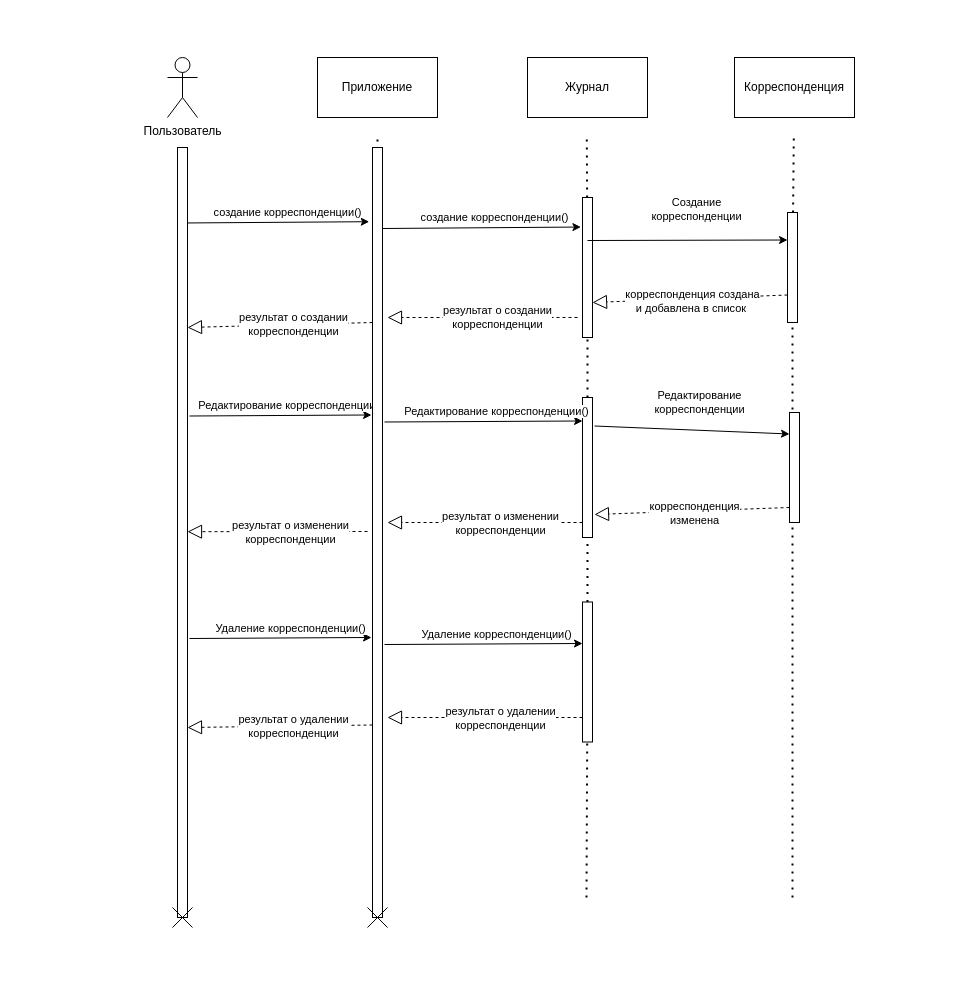
Lesha-Chinikailo/PSU_lab keeps this draw.io diagram as page "Страница — 2" (2 of 4) of 5_semester/OOTPiSP/lab_3/3.drawio. Above is the earlier version. Source tidied: cells renumbered, new cells numbered last; positions are measured from the earlier drawing's top-left corner, leaving out a move shared by most shapes. Both pictures are drawn from the tidied source at 100%, with x=0, y=0 at pixel (167, 57).
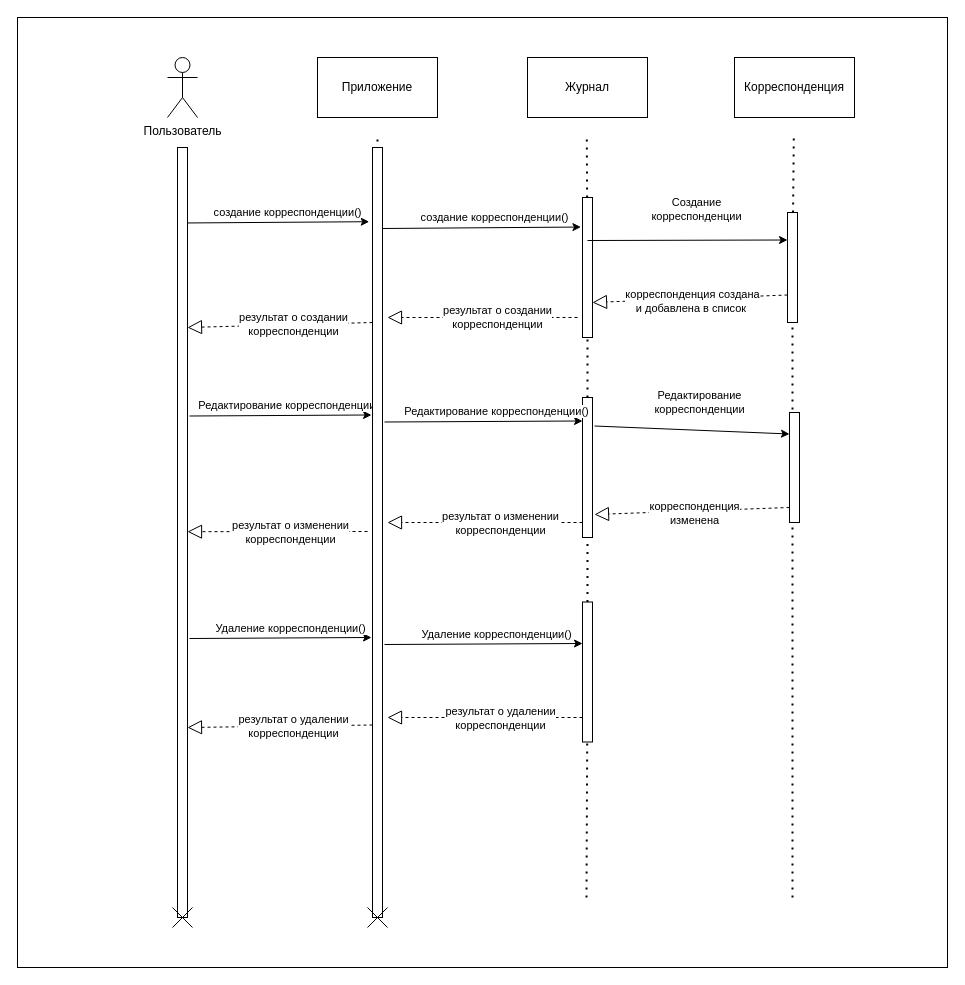
Above is the later version.

What changed in the source:
```diff
@@
+    <mxCell id="59" style="rounded=0;whiteSpace=wrap;html=1;" parent="1" vertex="1">
+      <mxGeometry x="-150" y="-40" width="930" height="950" as="geometry" />
+    </mxCell>
```
